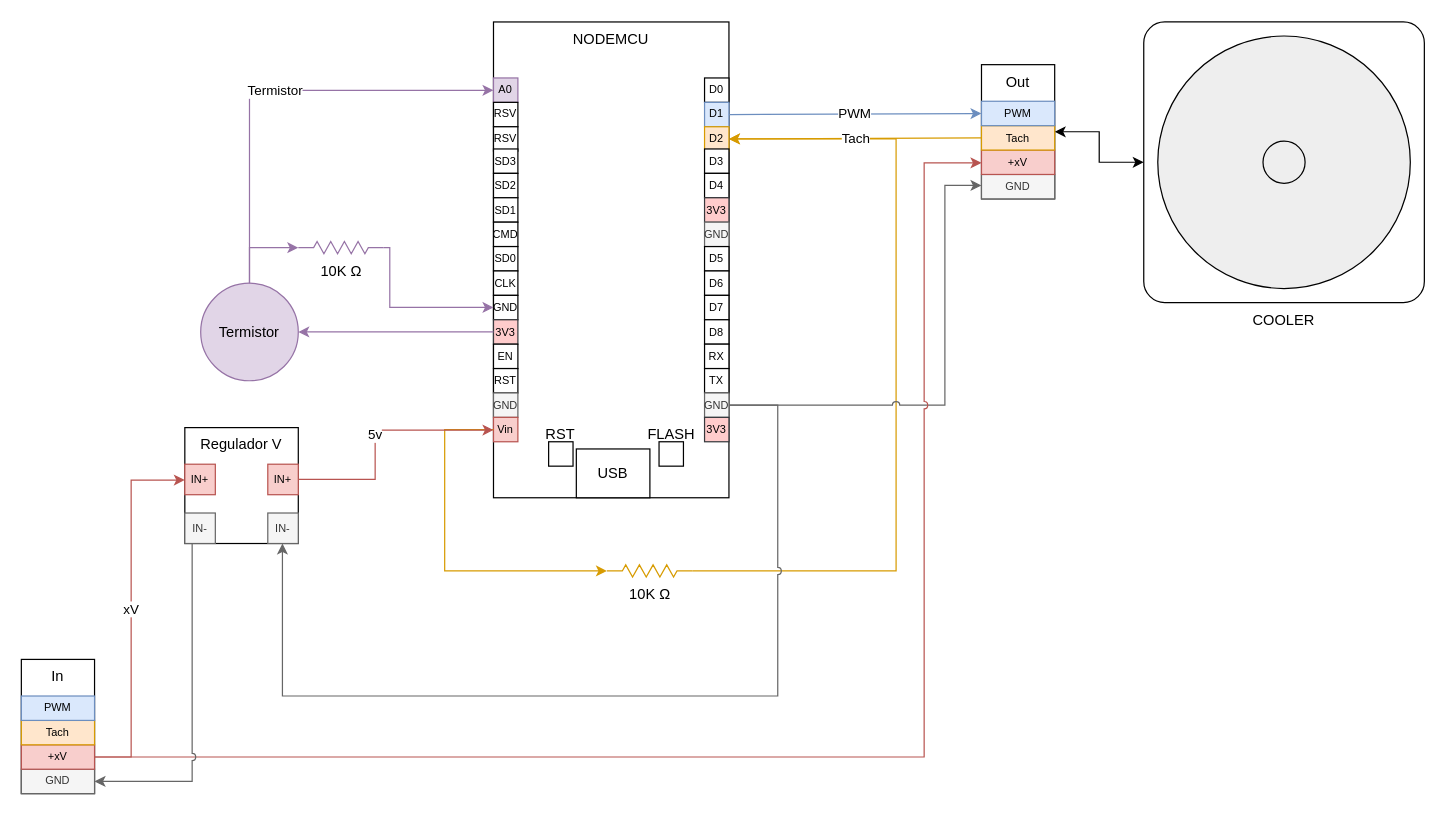
Earlier version of the draw.io diagram page "PC PWM" (1 of 3) of Esquema de conexiones.drawio (ianalexis/MicroFanController). Source tidied: cells renumbered, new cells numbered last; positions are measured from the earlier drawing's top-left corner, leaving out a move shared by most shapes. Both pictures are drawn from the tidied source at 122%, with x=0, y=0 at pixel (21, 22).
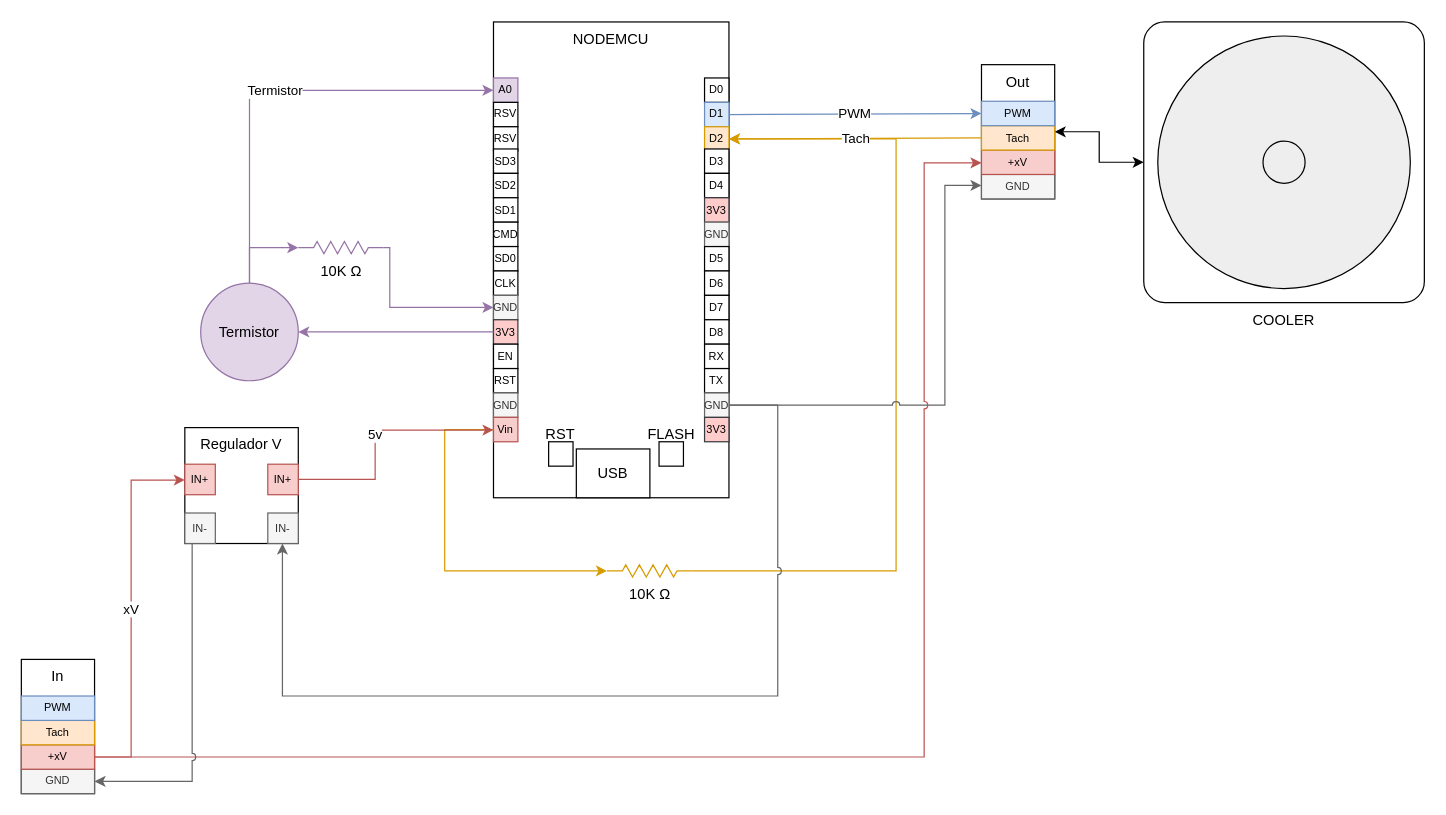
The same diagram, later.

The change refers to these unchanged cells:
```xml
<mxCell id="3" value="NODEMCU" style="rounded=0;whiteSpace=wrap;html=1;labelPosition=center;verticalLabelPosition=middle;align=center;verticalAlign=top;horizontal=1;" parent="1" vertex="1">
  <mxGeometry x="387" y="-0.5" width="193" height="390" as="geometry" />
</mxCell>
```

The edit, as a diff of the source:
```diff
@@
-    <mxCell id="29" value="GND" style="rounded=0;whiteSpace=wrap;html=1;fontSize=9;" parent="3" vertex="1">
+    <mxCell id="29" value="GND" style="rounded=0;whiteSpace=wrap;html=1;fontSize=9;fillColor=#f5f5f5;fontColor=#333333;strokeColor=#666666;" parent="3" vertex="1">
       <mxGeometry y="224.1" width="20" height="20" as="geometry" />
     </mxCell>
```
